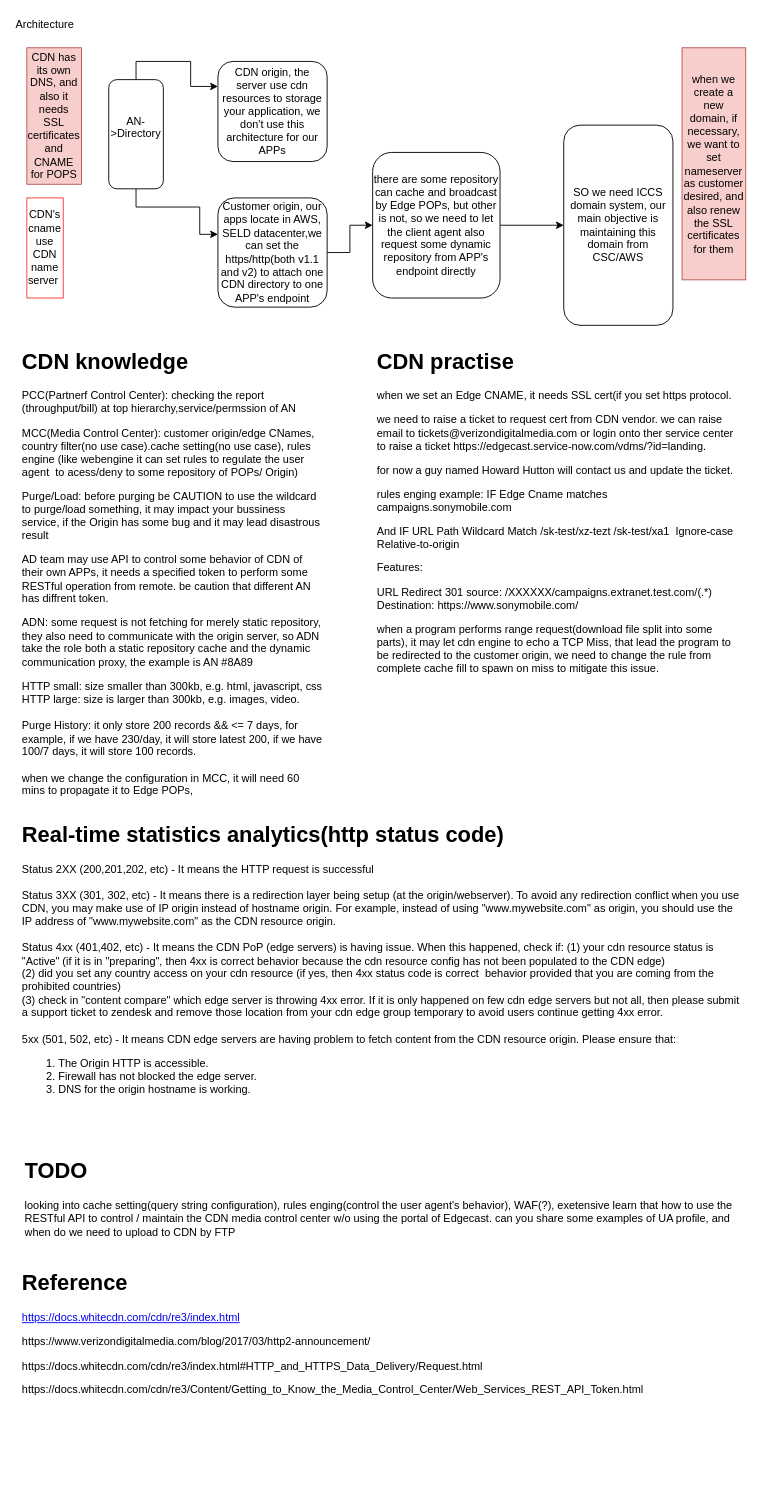
The draw.io diagram CDN learning.drawio in anoyo-lin/domain-cdn-learning, before the edit. Source tidied: cells renumbered, new cells numbered last; positions are measured from the earlier drawing's top-left corner, leaving out a move shared by most shapes. Both pictures are drawn from the tidied source at 91%, with x=0, y=0 at pixel (17, 15).
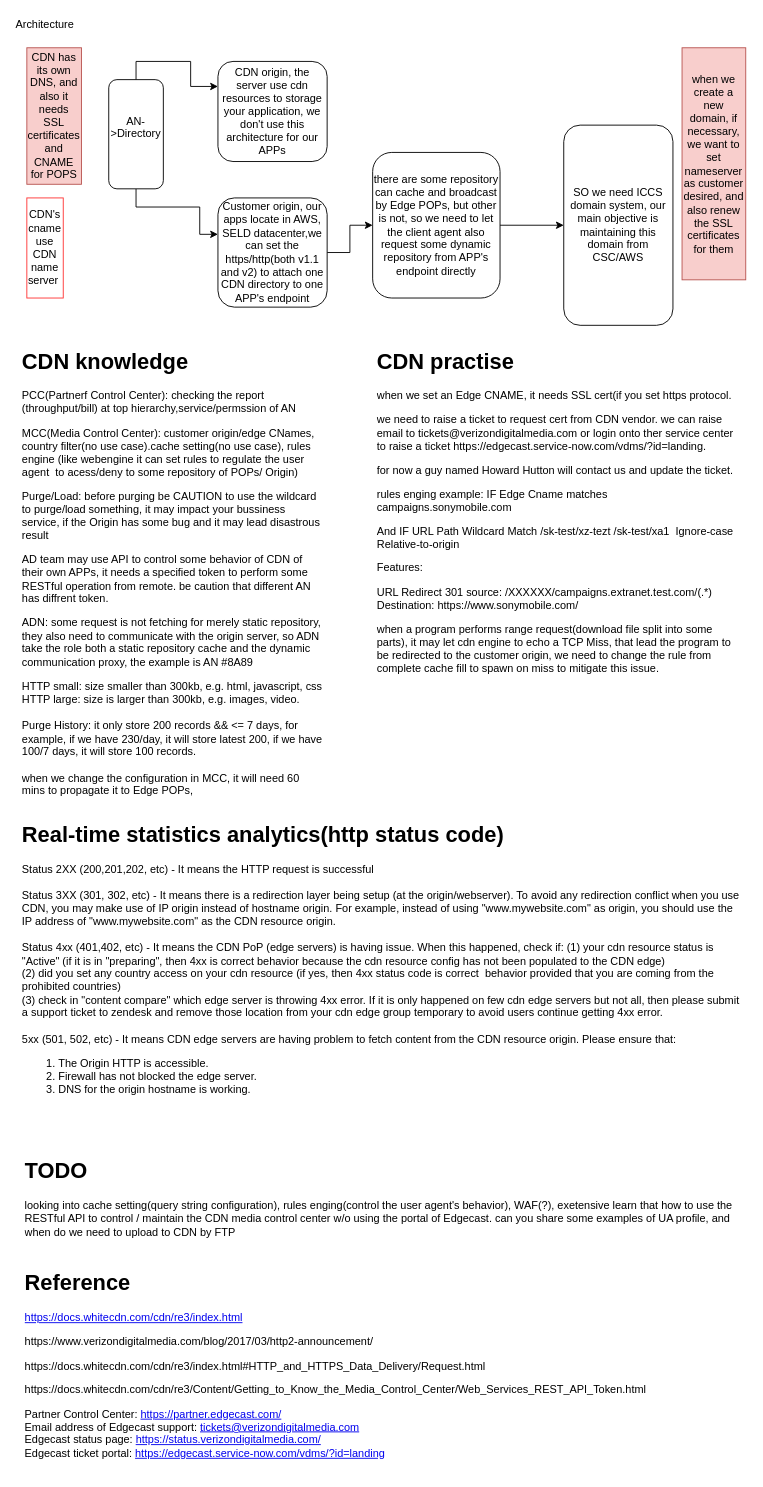
Above is the later version.

Diff of the diagram source:
```diff
@@
-    <mxCell id="18" value="&lt;h1&gt;Reference&lt;/h1&gt;&lt;p&gt;&lt;a href=&quot;https://docs.whitecdn.com/cdn/re3/index.html&quot;&gt;https://docs.whitecdn.com/cdn/re3/index.html&lt;/a&gt;&lt;br&gt;&lt;/p&gt;&lt;p&gt;https://www.verizondigitalmedia.com/blog/2017/03/http2-announcement/&lt;br&gt;&lt;/p&gt;&lt;p&gt;https://docs.whitecdn.com/cdn/re3/index.html#HTTP_and_HTTPS_Data_Delivery/Request.html&lt;br&gt;&lt;/p&gt;&lt;p&gt;https://docs.whitecdn.com/cdn/re3/Content/Getting_to_Know_the_Media_Control_Center/Web_Services_REST_API_Token.html&lt;br&gt;&lt;/p&gt;" style="text;html=1;strokeColor=none;fillColor=none;spacing=5;spacingTop=-20;whiteSpace=wrap;overflow=hidden;rounded=0;" parent="1" vertex="1">
-      <mxGeometry y="1373.2" width="800" height="150" as="geometry" />
+    <mxCell id="18" value="&lt;h1&gt;Reference&lt;/h1&gt;&lt;p&gt;&lt;a href=&quot;https://docs.whitecdn.com/cdn/re3/index.html&quot;&gt;https://docs.whitecdn.com/cdn/re3/index.html&lt;/a&gt;&lt;br&gt;&lt;/p&gt;&lt;p&gt;https://www.verizondigitalmedia.com/blog/2017/03/http2-announcement/&lt;br&gt;&lt;/p&gt;&lt;p&gt;https://docs.whitecdn.com/cdn/re3/index.html#HTTP_and_HTTPS_Data_Delivery/Request.html&lt;br&gt;&lt;/p&gt;&lt;p&gt;https://docs.whitecdn.com/cdn/re3/Content/Getting_to_Know_the_Media_Control_Center/Web_Services_REST_API_Token.html&lt;br&gt;&lt;/p&gt;&lt;div&gt;&lt;span&gt;Partner Control Center: &lt;/span&gt;&lt;a href=&quot;https://partner.edgecast.com/&quot;&gt;&lt;span&gt;https://partner.edgecast.com/&lt;/span&gt;&lt;/a&gt;&lt;/div&gt;&lt;div&gt;&lt;span&gt;Email address of Edgecast support: &lt;/span&gt;&lt;a href=&quot;mailto:tickets@verizondigitalmedia.com&quot;&gt;&lt;span&gt;tickets@verizondigitalmedia.com&lt;/span&gt;&lt;/a&gt;&lt;/div&gt;&lt;div&gt;&lt;span&gt;Edgecast status page: &lt;/span&gt;&lt;a href=&quot;https://status.verizondigitalmedia.com/&quot;&gt;&lt;span&gt;https://status.verizondigitalmedia.com/&lt;/span&gt;&lt;/a&gt;&lt;/div&gt;&lt;div&gt;&lt;span&gt;Edgecast ticket portal: &lt;/span&gt;&lt;a href=&quot;https://edgecast.service-now.com/vdms/?id=landing&quot;&gt;&lt;span&gt;https://edgecast.service-now.com/vdms/?id=landing&lt;/span&gt;&lt;/a&gt;&lt;/div&gt;" style="text;html=1;strokeColor=none;fillColor=none;spacing=5;spacingTop=-20;whiteSpace=wrap;overflow=hidden;rounded=0;" parent="1" vertex="1">
+      <mxGeometry x="3" y="1373" width="800" height="227" as="geometry" />
     </mxCell>
```
